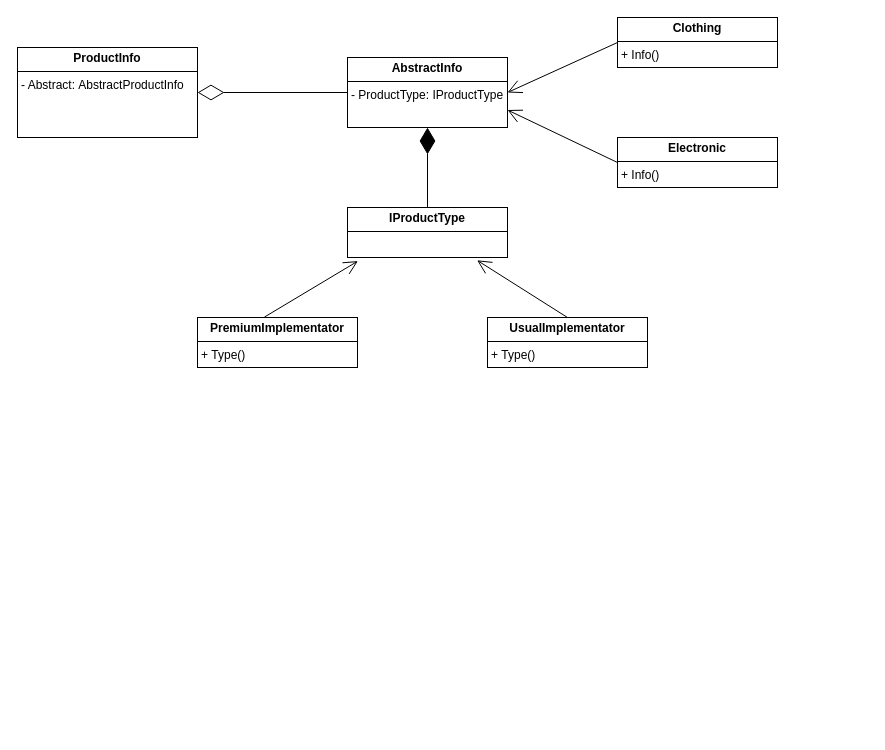
Above: class.drawio in GokaPek/Noting (draw.io), before the change. Source tidied: cells renumbered, new cells numbered last; positions are measured from the earlier drawing's top-left corner, leaving out a move shared by most shapes. Both pictures are drawn from the tidied source at 100%, with x=0, y=0 at pixel (17, 17).
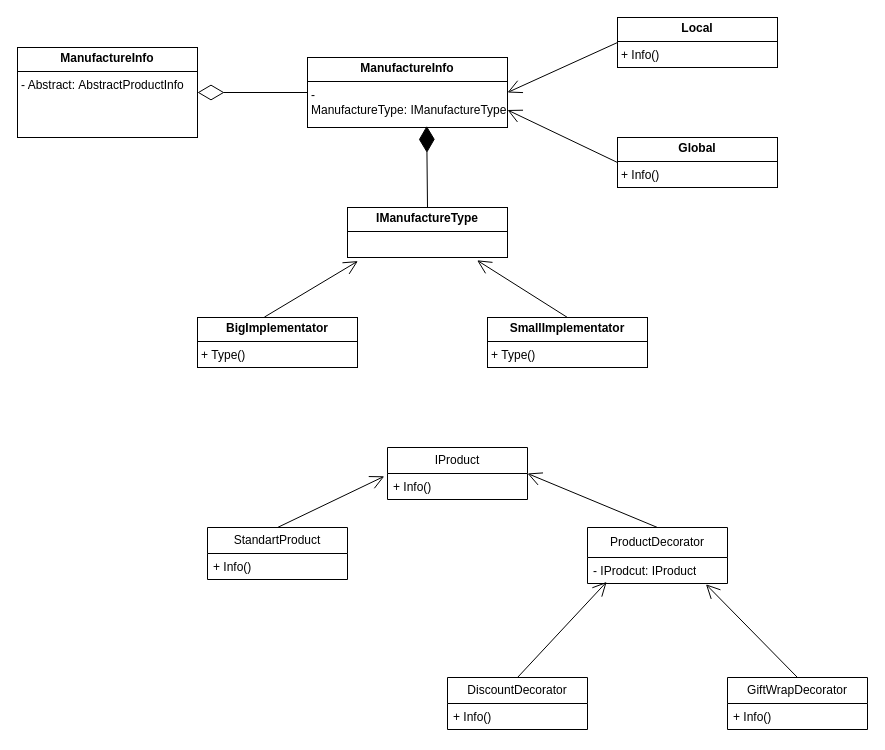
The same diagram, later.

The edit, as a diff of the source:
```diff
@@
-    <mxCell id="2" value="&lt;p style=&quot;margin:0px;margin-top:4px;text-align:center;&quot;&gt;&lt;b&gt;ProductInfo&lt;/b&gt;&lt;/p&gt;&lt;hr size=&quot;1&quot; style=&quot;border-style:solid;&quot;&gt;&lt;p style=&quot;margin:0px;margin-left:4px;&quot;&gt;- Abstract:&amp;nbsp;&lt;span style=&quot;background-color: initial;&quot;&gt;AbstractProductInfo&lt;/span&gt;&lt;span style=&quot;background-color: initial;&quot;&gt;&amp;nbsp;&lt;/span&gt;&lt;/p&gt;" style="verticalAlign=top;align=left;overflow=fill;html=1;whiteSpace=wrap;" parent="1" vertex="1">
+    <mxCell id="2" value="&lt;p style=&quot;margin:0px;margin-top:4px;text-align:center;&quot;&gt;&lt;b&gt;ManufactureInfo&lt;/b&gt;&lt;/p&gt;&lt;hr size=&quot;1&quot; style=&quot;border-style:solid;&quot;&gt;&lt;p style=&quot;margin:0px;margin-left:4px;&quot;&gt;- Abstract:&amp;nbsp;&lt;span style=&quot;background-color: initial;&quot;&gt;AbstractProductInfo&lt;/span&gt;&lt;span style=&quot;background-color: initial;&quot;&gt;&amp;nbsp;&lt;/span&gt;&lt;/p&gt;" style="verticalAlign=top;align=left;overflow=fill;html=1;whiteSpace=wrap;" parent="1" vertex="1">
       <mxGeometry y="30" width="180" height="90" as="geometry" />
     </mxCell>
-    <mxCell id="3" value="&lt;p style=&quot;margin:0px;margin-top:4px;text-align:center;&quot;&gt;&lt;b&gt;AbstractInfo&lt;/b&gt;&lt;/p&gt;&lt;hr size=&quot;1&quot; style=&quot;border-style:solid;&quot;&gt;&lt;p style=&quot;margin:0px;margin-left:4px;&quot;&gt;- ProductType:&amp;nbsp;&lt;span style=&quot;background-color: initial;&quot;&gt;IProductType&lt;/span&gt;&lt;span style=&quot;background-color: initial;&quot;&gt;&amp;nbsp;&lt;/span&gt;&lt;/p&gt;" style="verticalAlign=top;align=left;overflow=fill;html=1;whiteSpace=wrap;" parent="1" vertex="1">
-      <mxGeometry x="330" y="40" width="160" height="70" as="geometry" />
+    <mxCell id="3" value="&lt;p style=&quot;margin:0px;margin-top:4px;text-align:center;&quot;&gt;&lt;b style=&quot;background-color: initial;&quot;&gt;Manufacture&lt;/b&gt;&lt;b&gt;Info&lt;/b&gt;&lt;/p&gt;&lt;hr size=&quot;1&quot; style=&quot;border-style:solid;&quot;&gt;&lt;p style=&quot;margin:0px;margin-left:4px;&quot;&gt;- ManufactureType:&amp;nbsp;&lt;span style=&quot;background-color: initial;&quot;&gt;IManufactureType&lt;/span&gt;&lt;span style=&quot;background-color: initial;&quot;&gt;&amp;nbsp;&lt;/span&gt;&lt;/p&gt;" style="verticalAlign=top;align=left;overflow=fill;html=1;whiteSpace=wrap;" parent="1" vertex="1">
+      <mxGeometry x="290" y="40" width="200" height="70" as="geometry" />
     </mxCell>
-    <mxCell id="4" value="&lt;p style=&quot;margin:0px;margin-top:4px;text-align:center;&quot;&gt;&lt;b&gt;Clothing&lt;/b&gt;&lt;/p&gt;&lt;hr size=&quot;1&quot; style=&quot;border-style:solid;&quot;&gt;&lt;p style=&quot;margin:0px;margin-left:4px;&quot;&gt;+ Info()&lt;span style=&quot;background-color: initial;&quot;&gt;&amp;nbsp;&lt;/span&gt;&lt;/p&gt;" style="verticalAlign=top;align=left;overflow=fill;html=1;whiteSpace=wrap;" parent="1" vertex="1">
+    <mxCell id="4" value="&lt;p style=&quot;margin:0px;margin-top:4px;text-align:center;&quot;&gt;&lt;b&gt;Local&lt;/b&gt;&lt;/p&gt;&lt;hr size=&quot;1&quot; style=&quot;border-style:solid;&quot;&gt;&lt;p style=&quot;margin:0px;margin-left:4px;&quot;&gt;+ Info()&lt;span style=&quot;background-color: initial;&quot;&gt;&amp;nbsp;&lt;/span&gt;&lt;/p&gt;" style="verticalAlign=top;align=left;overflow=fill;html=1;whiteSpace=wrap;" parent="1" vertex="1">
       <mxGeometry x="600" width="160" height="50" as="geometry" />
     </mxCell>
-    <mxCell id="5" value="&lt;p style=&quot;margin:0px;margin-top:4px;text-align:center;&quot;&gt;&lt;b&gt;Electronic&lt;/b&gt;&lt;/p&gt;&lt;hr size=&quot;1&quot; style=&quot;border-style:solid;&quot;&gt;&lt;p style=&quot;margin:0px;margin-left:4px;&quot;&gt;+ Info()&lt;span style=&quot;background-color: initial;&quot;&gt;&amp;nbsp;&lt;/span&gt;&lt;/p&gt;" style="verticalAlign=top;align=left;overflow=fill;html=1;whiteSpace=wrap;" parent="1" vertex="1">
+    <mxCell id="5" value="&lt;p style=&quot;margin:0px;margin-top:4px;text-align:center;&quot;&gt;&lt;b&gt;Global&lt;/b&gt;&lt;/p&gt;&lt;hr size=&quot;1&quot; style=&quot;border-style:solid;&quot;&gt;&lt;p style=&quot;margin:0px;margin-left:4px;&quot;&gt;+ Info()&lt;span style=&quot;background-color: initial;&quot;&gt;&amp;nbsp;&lt;/span&gt;&lt;/p&gt;" style="verticalAlign=top;align=left;overflow=fill;html=1;whiteSpace=wrap;" parent="1" vertex="1">
       <mxGeometry x="600" y="120" width="160" height="50" as="geometry" />
     </mxCell>
-    <mxCell id="6" value="&lt;p style=&quot;margin:0px;margin-top:4px;text-align:center;&quot;&gt;&lt;b&gt;IProductType&lt;/b&gt;&lt;/p&gt;&lt;hr size=&quot;1&quot; style=&quot;border-style:solid;&quot;&gt;&lt;p style=&quot;margin:0px;margin-left:4px;&quot;&gt;&lt;br&gt;&lt;/p&gt;" style="verticalAlign=top;align=left;overflow=fill;html=1;whiteSpace=wrap;" parent="1" vertex="1">
+    <mxCell id="6" value="&lt;p style=&quot;margin:0px;margin-top:4px;text-align:center;&quot;&gt;&lt;b&gt;I&lt;/b&gt;&lt;b&gt;Manufacture&lt;/b&gt;&lt;b&gt;Type&lt;/b&gt;&lt;/p&gt;&lt;hr size=&quot;1&quot; style=&quot;border-style:solid;&quot;&gt;&lt;p style=&quot;margin:0px;margin-left:4px;&quot;&gt;&lt;br&gt;&lt;/p&gt;" style="verticalAlign=top;align=left;overflow=fill;html=1;whiteSpace=wrap;" parent="1" vertex="1">
       <mxGeometry x="330" y="190" width="160" height="50" as="geometry" />
     </mxCell>
-    <mxCell id="7" value="&lt;p style=&quot;margin:0px;margin-top:4px;text-align:center;&quot;&gt;&lt;b&gt;PremiumImplementator&lt;/b&gt;&lt;/p&gt;&lt;hr size=&quot;1&quot; style=&quot;border-style:solid;&quot;&gt;&lt;p style=&quot;margin:0px;margin-left:4px;&quot;&gt;+&amp;nbsp;&lt;span style=&quot;background-color: initial;&quot;&gt;Type()&lt;/span&gt;&lt;/p&gt;" style="verticalAlign=top;align=left;overflow=fill;html=1;whiteSpace=wrap;" parent="1" vertex="1">
+    <mxCell id="7" value="&lt;p style=&quot;margin:0px;margin-top:4px;text-align:center;&quot;&gt;&lt;b&gt;BigImplementator&lt;/b&gt;&lt;/p&gt;&lt;hr size=&quot;1&quot; style=&quot;border-style:solid;&quot;&gt;&lt;p style=&quot;margin:0px;margin-left:4px;&quot;&gt;+&amp;nbsp;&lt;span style=&quot;background-color: initial;&quot;&gt;Type()&lt;/span&gt;&lt;/p&gt;" style="verticalAlign=top;align=left;overflow=fill;html=1;whiteSpace=wrap;" parent="1" vertex="1">
       <mxGeometry x="180" y="300" width="160" height="50" as="geometry" />
     </mxCell>
-    <mxCell id="8" value="&lt;p style=&quot;margin:0px;margin-top:4px;text-align:center;&quot;&gt;&lt;b&gt;UsualImplementator&lt;/b&gt;&lt;/p&gt;&lt;hr size=&quot;1&quot; style=&quot;border-style:solid;&quot;&gt;&lt;p style=&quot;margin:0px;margin-left:4px;&quot;&gt;+&amp;nbsp;&lt;span style=&quot;background-color: initial;&quot;&gt;Type()&lt;/span&gt;&lt;/p&gt;" style="verticalAlign=top;align=left;overflow=fill;html=1;whiteSpace=wrap;" parent="1" vertex="1">
+    <mxCell id="8" value="&lt;p style=&quot;margin:0px;margin-top:4px;text-align:center;&quot;&gt;&lt;b&gt;SmallImplementator&lt;/b&gt;&lt;/p&gt;&lt;hr size=&quot;1&quot; style=&quot;border-style:solid;&quot;&gt;&lt;p style=&quot;margin:0px;margin-left:4px;&quot;&gt;+&amp;nbsp;&lt;span style=&quot;background-color: initial;&quot;&gt;Type()&lt;/span&gt;&lt;/p&gt;" style="verticalAlign=top;align=left;overflow=fill;html=1;whiteSpace=wrap;" parent="1" vertex="1">
       <mxGeometry x="470" y="300" width="160" height="50" as="geometry" />
     </mxCell>
@@
-    <mxCell id="12" style="endArrow=diamondThin;endFill=1;endSize=24;html=1;rounded=0;entryX=0.5;entryY=1;entryDx=0;entryDy=0;exitX=0.5;exitY=0;exitDx=0;exitDy=0;" parent="1" edge="1" source="6" target="3">
+    <mxCell id="12" style="endArrow=diamondThin;endFill=1;endSize=24;html=1;rounded=0;entryX=0.596;entryY=0.977;entryDx=0;entryDy=0;exitX=0.5;exitY=0;exitDx=0;exitDy=0;entryPerimeter=0;" parent="1" edge="1" source="6" target="3">
       <mxGeometry relative="1" as="geometry" />
     </mxCell>
@@
+    <mxCell id="15" value="ProductDecorator" style="swimlane;fontStyle=0;horizontal=1;startSize=30;fillColor=none;whiteSpace=wrap;html=1;" parent="1" vertex="1">
+      <mxGeometry x="570" y="510" width="140" height="56" as="geometry" />
+    </mxCell>
+    <mxCell id="16" value="- IProdcut: IProduct" style="text;strokeColor=none;fillColor=none;align=left;verticalAlign=top;spacingLeft=4;spacingRight=4;overflow=hidden;points=[[0,0.5],[1,0.5]];portConstraint=eastwest;whiteSpace=wrap;html=1;" parent="15" vertex="1">
+      <mxGeometry y="30" width="140" height="26" as="geometry" />
+    </mxCell>
+    <mxCell id="17" value="IProduct" style="swimlane;fontStyle=0;horizontal=1;startSize=26;fillColor=none;whiteSpace=wrap;html=1;" parent="1" vertex="1">
+      <mxGeometry x="370" y="430" width="140" height="52" as="geometry" />
+    </mxCell>
+    <mxCell id="18" value="+ Info()" style="text;strokeColor=none;fillColor=none;align=left;verticalAlign=top;spacingLeft=4;spacingRight=4;overflow=hidden;points=[[0,0.5],[1,0.5]];portConstraint=eastwest;whiteSpace=wrap;html=1;" parent="17" vertex="1">
+      <mxGeometry y="26" width="140" height="26" as="geometry" />
+    </mxCell>
+    <mxCell id="19" value="StandartProduct" style="swimlane;fontStyle=0;horizontal=1;startSize=26;fillColor=none;whiteSpace=wrap;html=1;" parent="1" vertex="1">
+      <mxGeometry x="190" y="510" width="140" height="52" as="geometry" />
+    </mxCell>
+    <mxCell id="20" value="+ Info()" style="text;strokeColor=none;fillColor=none;align=left;verticalAlign=top;spacingLeft=4;spacingRight=4;overflow=hidden;whiteSpace=wrap;html=1;" parent="19" vertex="1">
+      <mxGeometry y="26" width="140" height="26" as="geometry" />
+    </mxCell>
+    <mxCell id="21" value="DiscountDecorator" style="swimlane;fontStyle=0;horizontal=1;startSize=26;fillColor=none;whiteSpace=wrap;html=1;" parent="1" vertex="1">
+      <mxGeometry x="430" y="660" width="140" height="52" as="geometry" />
+    </mxCell>
+    <mxCell id="22" value="+ Info()" style="text;strokeColor=none;fillColor=none;align=left;verticalAlign=top;spacingLeft=4;spacingRight=4;overflow=hidden;whiteSpace=wrap;html=1;" parent="21" vertex="1">
+      <mxGeometry y="26" width="140" height="26" as="geometry" />
+    </mxCell>
+    <mxCell id="23" value="GiftWrapDecorator" style="swimlane;fontStyle=0;horizontal=1;startSize=26;fillColor=none;whiteSpace=wrap;html=1;" parent="1" vertex="1">
+      <mxGeometry x="710" y="660" width="140" height="52" as="geometry" />
+    </mxCell>
+    <mxCell id="24" value="+ Info()" style="text;strokeColor=none;fillColor=none;align=left;verticalAlign=top;spacingLeft=4;spacingRight=4;overflow=hidden;whiteSpace=wrap;html=1;" parent="23" vertex="1">
+      <mxGeometry y="26" width="140" height="26" as="geometry" />
+    </mxCell>
+    <mxCell id="25" style="endArrow=open;endFill=1;endSize=12;html=1;rounded=0;exitX=0.5;exitY=0;exitDx=0;exitDy=0;entryX=-0.023;entryY=0.108;entryDx=0;entryDy=0;entryPerimeter=0;" parent="1" edge="1" source="19" target="18">
+      <mxGeometry relative="1" as="geometry" />
+    </mxCell>
+    <mxCell id="26" style="endArrow=open;endFill=1;endSize=12;html=1;rounded=0;exitX=0.5;exitY=0;exitDx=0;exitDy=0;entryX=1;entryY=0.5;entryDx=0;entryDy=0;" parent="1" edge="1" source="15" target="17">
+      <mxGeometry relative="1" as="geometry" />
+    </mxCell>
+    <mxCell id="27" style="endArrow=open;endFill=1;endSize=12;html=1;rounded=0;exitX=0.5;exitY=0;exitDx=0;exitDy=0;entryX=0.137;entryY=0.938;entryDx=0;entryDy=0;entryPerimeter=0;" parent="1" edge="1" source="21" target="16">
+      <mxGeometry relative="1" as="geometry" />
+    </mxCell>
+    <mxCell id="28" style="endArrow=open;endFill=1;endSize=12;html=1;rounded=0;exitX=0.5;exitY=0;exitDx=0;exitDy=0;entryX=0.846;entryY=1.031;entryDx=0;entryDy=0;entryPerimeter=0;" parent="1" edge="1" source="23" target="16">
+      <mxGeometry relative="1" as="geometry" />
+    </mxCell>
```
